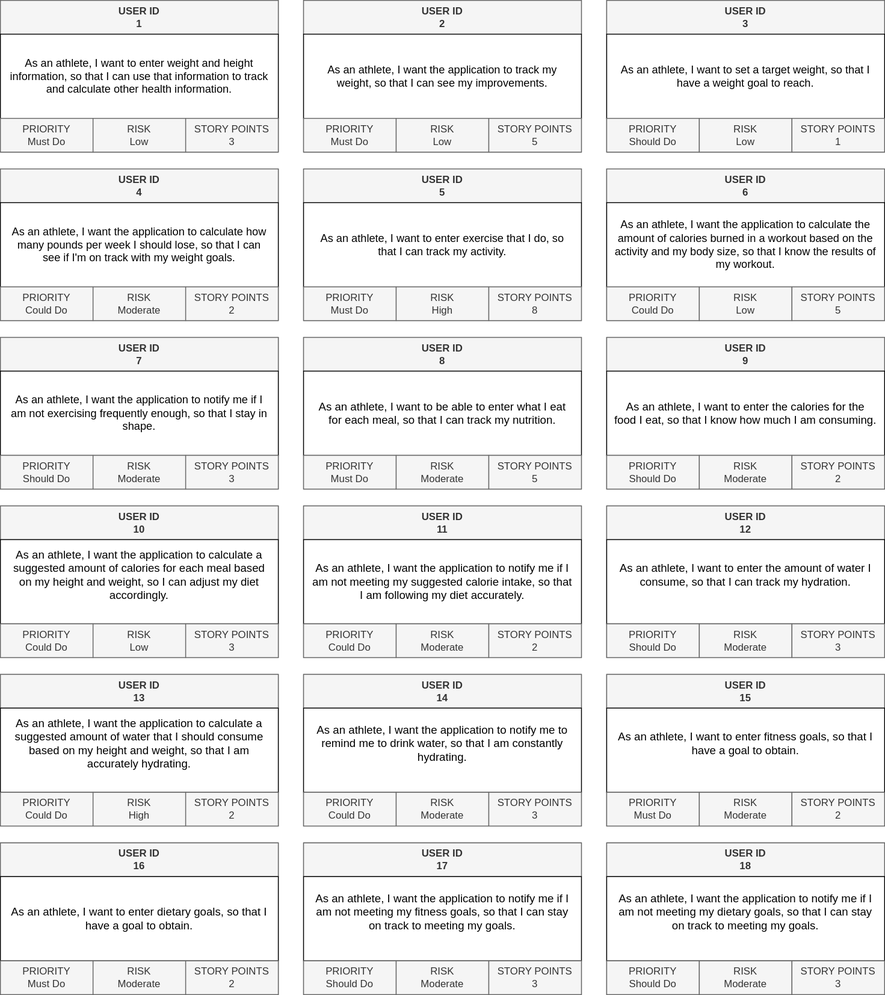
HenrikSamuelsson/course-introduction-to-software-product-management keeps this draw.io diagram as assignment-release-plan.svg. Above is the earlier version. Source tidied: cells renumbered, new cells last; positions are measured from the earlier drawing's top-left corner, leaving out a move shared by most shapes.
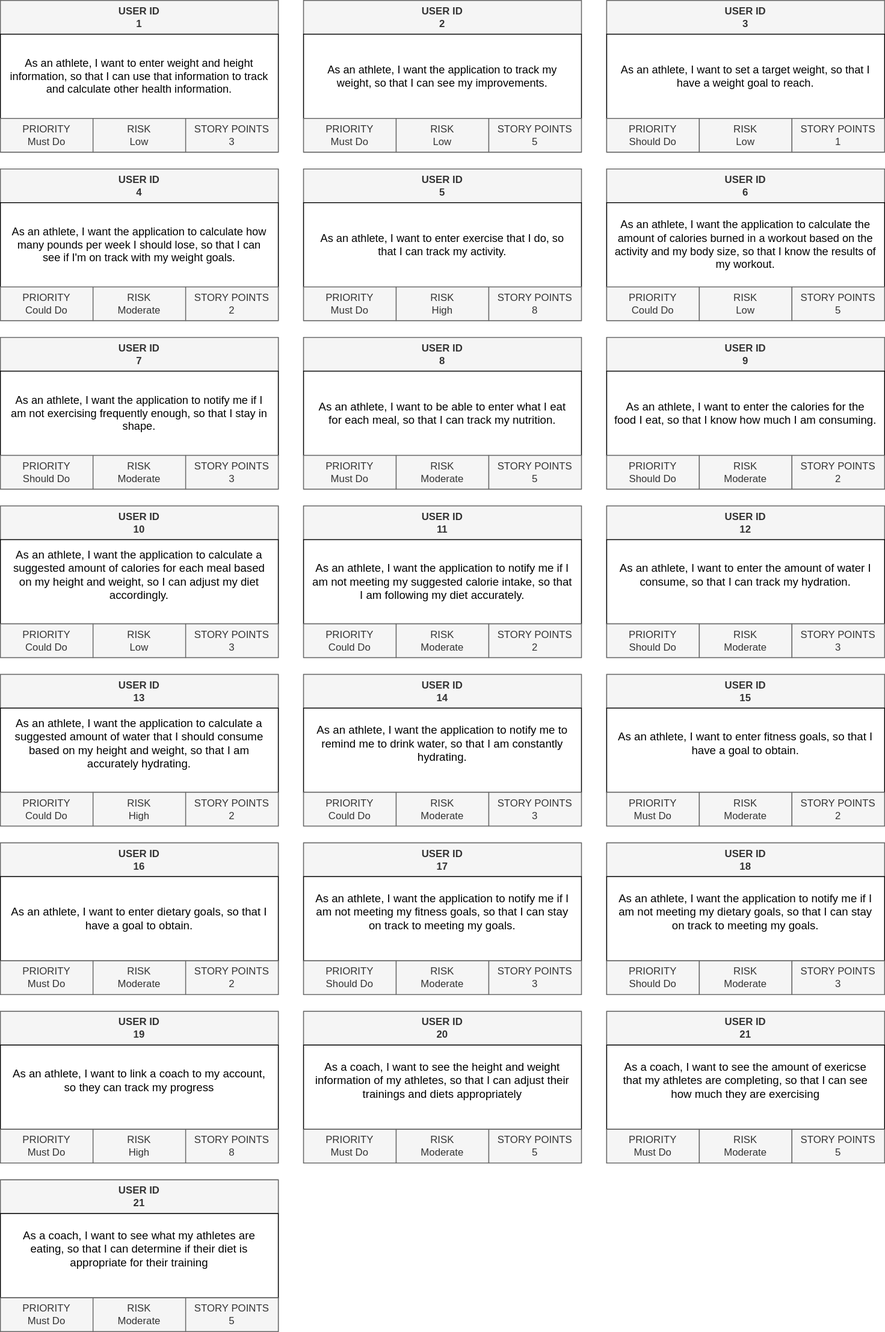
The same file after the commit.

Commit message:
Add some more user stories.

Diff of the diagram source:
```diff
@@ -326,5 +326,77 @@
     <mxCell id="109" value="STORY POINTS&lt;br&gt;3" style="rounded=0;whiteSpace=wrap;html=1;fillColor=#f5f5f5;fontColor=#333333;strokeColor=#666666;spacingLeft=8;spacingRight=8;" parent="104" vertex="1">
       <mxGeometry x="220" y="140" width="110" height="40" as="geometry" />
     </mxCell>
+    <mxCell id="110" style="group;fillColor=#f5f5f5;fontColor=#333333;strokeColor=#666666;spacingLeft=8;spacingRight=8;" parent="1" vertex="1">
+      <mxGeometry y="1200" width="330" height="180" as="geometry" />
+    </mxCell>
+    <mxCell id="111" value="&lt;b&gt;USER ID &lt;br&gt;19&lt;br&gt;&lt;/b&gt;" style="rounded=0;whiteSpace=wrap;html=1;fillColor=#f5f5f5;fontColor=#333333;strokeColor=#666666;align=center;spacingLeft=8;spacingRight=8;" parent="110" vertex="1">
+      <mxGeometry width="330" height="40" as="geometry" />
+    </mxCell>
+    <mxCell id="112" value="&#10;&lt;span data-sheets-userformat=&quot;{&amp;quot;2&amp;quot;:12605,&amp;quot;3&amp;quot;:{&amp;quot;1&amp;quot;:0,&amp;quot;3&amp;quot;:1},&amp;quot;5&amp;quot;:{&amp;quot;1&amp;quot;:[{&amp;quot;1&amp;quot;:2,&amp;quot;2&amp;quot;:0,&amp;quot;5&amp;quot;:{&amp;quot;1&amp;quot;:2,&amp;quot;2&amp;quot;:15921906}},{&amp;quot;1&amp;quot;:0,&amp;quot;2&amp;quot;:0,&amp;quot;3&amp;quot;:3},{&amp;quot;1&amp;quot;:1,&amp;quot;2&amp;quot;:0,&amp;quot;4&amp;quot;:1}]},&amp;quot;6&amp;quot;:{&amp;quot;1&amp;quot;:[{&amp;quot;1&amp;quot;:2,&amp;quot;2&amp;quot;:0,&amp;quot;5&amp;quot;:{&amp;quot;1&amp;quot;:2,&amp;quot;2&amp;quot;:15921906}},{&amp;quot;1&amp;quot;:0,&amp;quot;2&amp;quot;:0,&amp;quot;3&amp;quot;:3},{&amp;quot;1&amp;quot;:1,&amp;quot;2&amp;quot;:0,&amp;quot;4&amp;quot;:1}]},&amp;quot;7&amp;quot;:{&amp;quot;1&amp;quot;:[{&amp;quot;1&amp;quot;:2,&amp;quot;2&amp;quot;:0,&amp;quot;5&amp;quot;:{&amp;quot;1&amp;quot;:2,&amp;quot;2&amp;quot;:0}},{&amp;quot;1&amp;quot;:0,&amp;quot;2&amp;quot;:0,&amp;quot;3&amp;quot;:3},{&amp;quot;1&amp;quot;:1,&amp;quot;2&amp;quot;:0,&amp;quot;4&amp;quot;:1}]},&amp;quot;8&amp;quot;:{&amp;quot;1&amp;quot;:[{&amp;quot;1&amp;quot;:2,&amp;quot;2&amp;quot;:0,&amp;quot;5&amp;quot;:{&amp;quot;1&amp;quot;:2,&amp;quot;2&amp;quot;:0}},{&amp;quot;1&amp;quot;:0,&amp;quot;2&amp;quot;:0,&amp;quot;3&amp;quot;:3},{&amp;quot;1&amp;quot;:1,&amp;quot;2&amp;quot;:0,&amp;quot;4&amp;quot;:1}]},&amp;quot;11&amp;quot;:4,&amp;quot;15&amp;quot;:&amp;quot;Arial&amp;quot;,&amp;quot;16&amp;quot;:10}&quot; style=&quot;font-size:10pt;font-family:Arial;font-weight:normal;font-style:normal;&quot;&gt;As an athlete, I want to link a coach to my account, so they can track my progress&lt;/span&gt;&#10;&#10;" style="rounded=0;whiteSpace=wrap;html=1;spacingLeft=8;spacingRight=8;" parent="110" vertex="1">
+      <mxGeometry y="40" width="330" height="100" as="geometry" />
+    </mxCell>
+    <mxCell id="113" value="PRIORITY&lt;br&gt;Must Do" style="rounded=0;whiteSpace=wrap;html=1;fillColor=#f5f5f5;fontColor=#333333;strokeColor=#666666;spacingLeft=8;spacingRight=8;" parent="110" vertex="1">
+      <mxGeometry y="140" width="110" height="40" as="geometry" />
+    </mxCell>
+    <mxCell id="114" value="RISK&lt;br&gt;High" style="rounded=0;whiteSpace=wrap;html=1;fillColor=#f5f5f5;fontColor=#333333;strokeColor=#666666;spacingLeft=8;spacingRight=8;" parent="110" vertex="1">
+      <mxGeometry x="110" y="140" width="110" height="40" as="geometry" />
+    </mxCell>
+    <mxCell id="115" value="STORY POINTS&lt;br&gt;8" style="rounded=0;whiteSpace=wrap;html=1;fillColor=#f5f5f5;fontColor=#333333;strokeColor=#666666;spacingLeft=8;spacingRight=8;" parent="110" vertex="1">
+      <mxGeometry x="220" y="140" width="110" height="40" as="geometry" />
+    </mxCell>
+    <mxCell id="116" style="group;fillColor=#f5f5f5;fontColor=#333333;strokeColor=#666666;spacingLeft=8;spacingRight=8;" parent="1" vertex="1">
+      <mxGeometry x="360" y="1200" width="330" height="180" as="geometry" />
+    </mxCell>
+    <mxCell id="117" value="&lt;b&gt;USER ID &lt;br&gt;20&lt;br&gt;&lt;/b&gt;" style="rounded=0;whiteSpace=wrap;html=1;fillColor=#f5f5f5;fontColor=#333333;strokeColor=#666666;align=center;spacingLeft=8;spacingRight=8;" parent="116" vertex="1">
+      <mxGeometry width="330" height="40" as="geometry" />
+    </mxCell>
+    <mxCell id="118" value="&#10;&lt;span data-sheets-userformat=&quot;{&amp;quot;2&amp;quot;:12605,&amp;quot;3&amp;quot;:{&amp;quot;1&amp;quot;:0,&amp;quot;3&amp;quot;:1},&amp;quot;5&amp;quot;:{&amp;quot;1&amp;quot;:[{&amp;quot;1&amp;quot;:2,&amp;quot;2&amp;quot;:0,&amp;quot;5&amp;quot;:{&amp;quot;1&amp;quot;:2,&amp;quot;2&amp;quot;:15921906}},{&amp;quot;1&amp;quot;:0,&amp;quot;2&amp;quot;:0,&amp;quot;3&amp;quot;:3},{&amp;quot;1&amp;quot;:1,&amp;quot;2&amp;quot;:0,&amp;quot;4&amp;quot;:1}]},&amp;quot;6&amp;quot;:{&amp;quot;1&amp;quot;:[{&amp;quot;1&amp;quot;:2,&amp;quot;2&amp;quot;:0,&amp;quot;5&amp;quot;:{&amp;quot;1&amp;quot;:2,&amp;quot;2&amp;quot;:15921906}},{&amp;quot;1&amp;quot;:0,&amp;quot;2&amp;quot;:0,&amp;quot;3&amp;quot;:3},{&amp;quot;1&amp;quot;:1,&amp;quot;2&amp;quot;:0,&amp;quot;4&amp;quot;:1}]},&amp;quot;7&amp;quot;:{&amp;quot;1&amp;quot;:[{&amp;quot;1&amp;quot;:2,&amp;quot;2&amp;quot;:0,&amp;quot;5&amp;quot;:{&amp;quot;1&amp;quot;:2,&amp;quot;2&amp;quot;:0}},{&amp;quot;1&amp;quot;:0,&amp;quot;2&amp;quot;:0,&amp;quot;3&amp;quot;:3},{&amp;quot;1&amp;quot;:1,&amp;quot;2&amp;quot;:0,&amp;quot;4&amp;quot;:1}]},&amp;quot;8&amp;quot;:{&amp;quot;1&amp;quot;:[{&amp;quot;1&amp;quot;:2,&amp;quot;2&amp;quot;:0,&amp;quot;5&amp;quot;:{&amp;quot;1&amp;quot;:2,&amp;quot;2&amp;quot;:0}},{&amp;quot;1&amp;quot;:0,&amp;quot;2&amp;quot;:0,&amp;quot;3&amp;quot;:3},{&amp;quot;1&amp;quot;:1,&amp;quot;2&amp;quot;:0,&amp;quot;4&amp;quot;:1}]},&amp;quot;11&amp;quot;:4,&amp;quot;15&amp;quot;:&amp;quot;Arial&amp;quot;,&amp;quot;16&amp;quot;:10}&quot; style=&quot;font-size:10pt;font-family:Arial;font-weight:normal;font-style:normal;&quot;&gt;As a coach, I want to see the height and weight information of my athletes, so that I can adjust their trainings and diets appropriately&lt;/span&gt;&#10;&#10;" style="rounded=0;whiteSpace=wrap;html=1;spacingLeft=8;spacingRight=8;" parent="116" vertex="1">
+      <mxGeometry y="40" width="330" height="100" as="geometry" />
+    </mxCell>
+    <mxCell id="119" value="PRIORITY&lt;br&gt;Must Do" style="rounded=0;whiteSpace=wrap;html=1;fillColor=#f5f5f5;fontColor=#333333;strokeColor=#666666;spacingLeft=8;spacingRight=8;" parent="116" vertex="1">
+      <mxGeometry y="140" width="110" height="40" as="geometry" />
+    </mxCell>
+    <mxCell id="120" value="RISK&lt;br&gt;Moderate" style="rounded=0;whiteSpace=wrap;html=1;fillColor=#f5f5f5;fontColor=#333333;strokeColor=#666666;spacingLeft=8;spacingRight=8;" parent="116" vertex="1">
+      <mxGeometry x="110" y="140" width="110" height="40" as="geometry" />
+    </mxCell>
+    <mxCell id="121" value="STORY POINTS&lt;br&gt;5" style="rounded=0;whiteSpace=wrap;html=1;fillColor=#f5f5f5;fontColor=#333333;strokeColor=#666666;spacingLeft=8;spacingRight=8;" parent="116" vertex="1">
+      <mxGeometry x="220" y="140" width="110" height="40" as="geometry" />
+    </mxCell>
+    <mxCell id="122" style="group;fillColor=#f5f5f5;fontColor=#333333;strokeColor=#666666;spacingLeft=8;spacingRight=8;" parent="1" vertex="1">
+      <mxGeometry x="720" y="1200" width="330" height="180" as="geometry" />
+    </mxCell>
+    <mxCell id="123" value="&lt;b&gt;USER ID &lt;br&gt;21&lt;br&gt;&lt;/b&gt;" style="rounded=0;whiteSpace=wrap;html=1;fillColor=#f5f5f5;fontColor=#333333;strokeColor=#666666;align=center;spacingLeft=8;spacingRight=8;" parent="122" vertex="1">
+      <mxGeometry width="330" height="40" as="geometry" />
+    </mxCell>
+    <mxCell id="124" value="&#10;&lt;span data-sheets-userformat=&quot;{&amp;quot;2&amp;quot;:12605,&amp;quot;3&amp;quot;:{&amp;quot;1&amp;quot;:0,&amp;quot;3&amp;quot;:1},&amp;quot;5&amp;quot;:{&amp;quot;1&amp;quot;:[{&amp;quot;1&amp;quot;:2,&amp;quot;2&amp;quot;:0,&amp;quot;5&amp;quot;:{&amp;quot;1&amp;quot;:2,&amp;quot;2&amp;quot;:15921906}},{&amp;quot;1&amp;quot;:0,&amp;quot;2&amp;quot;:0,&amp;quot;3&amp;quot;:3},{&amp;quot;1&amp;quot;:1,&amp;quot;2&amp;quot;:0,&amp;quot;4&amp;quot;:1}]},&amp;quot;6&amp;quot;:{&amp;quot;1&amp;quot;:[{&amp;quot;1&amp;quot;:2,&amp;quot;2&amp;quot;:0,&amp;quot;5&amp;quot;:{&amp;quot;1&amp;quot;:2,&amp;quot;2&amp;quot;:15921906}},{&amp;quot;1&amp;quot;:0,&amp;quot;2&amp;quot;:0,&amp;quot;3&amp;quot;:3},{&amp;quot;1&amp;quot;:1,&amp;quot;2&amp;quot;:0,&amp;quot;4&amp;quot;:1}]},&amp;quot;7&amp;quot;:{&amp;quot;1&amp;quot;:[{&amp;quot;1&amp;quot;:2,&amp;quot;2&amp;quot;:0,&amp;quot;5&amp;quot;:{&amp;quot;1&amp;quot;:2,&amp;quot;2&amp;quot;:0}},{&amp;quot;1&amp;quot;:0,&amp;quot;2&amp;quot;:0,&amp;quot;3&amp;quot;:3},{&amp;quot;1&amp;quot;:1,&amp;quot;2&amp;quot;:0,&amp;quot;4&amp;quot;:1}]},&amp;quot;8&amp;quot;:{&amp;quot;1&amp;quot;:[{&amp;quot;1&amp;quot;:2,&amp;quot;2&amp;quot;:0,&amp;quot;5&amp;quot;:{&amp;quot;1&amp;quot;:2,&amp;quot;2&amp;quot;:0}},{&amp;quot;1&amp;quot;:0,&amp;quot;2&amp;quot;:0,&amp;quot;3&amp;quot;:3},{&amp;quot;1&amp;quot;:1,&amp;quot;2&amp;quot;:0,&amp;quot;4&amp;quot;:1}]},&amp;quot;11&amp;quot;:4,&amp;quot;15&amp;quot;:&amp;quot;Arial&amp;quot;,&amp;quot;16&amp;quot;:10}&quot; style=&quot;font-size:10pt;font-family:Arial;font-weight:normal;font-style:normal;&quot;&gt;As a coach, I want to see the amount of exericse that my athletes are completing, so that I can see how much they are exercising&lt;/span&gt;&#10;&#10;" style="rounded=0;whiteSpace=wrap;html=1;spacingLeft=8;spacingRight=8;" parent="122" vertex="1">
+      <mxGeometry y="40" width="330" height="100" as="geometry" />
+    </mxCell>
+    <mxCell id="125" value="PRIORITY&lt;br&gt;Must Do" style="rounded=0;whiteSpace=wrap;html=1;fillColor=#f5f5f5;fontColor=#333333;strokeColor=#666666;spacingLeft=8;spacingRight=8;" parent="122" vertex="1">
+      <mxGeometry y="140" width="110" height="40" as="geometry" />
+    </mxCell>
+    <mxCell id="126" value="RISK&lt;br&gt;Moderate" style="rounded=0;whiteSpace=wrap;html=1;fillColor=#f5f5f5;fontColor=#333333;strokeColor=#666666;spacingLeft=8;spacingRight=8;" parent="122" vertex="1">
+      <mxGeometry x="110" y="140" width="110" height="40" as="geometry" />
+    </mxCell>
+    <mxCell id="127" value="STORY POINTS&lt;br&gt;5" style="rounded=0;whiteSpace=wrap;html=1;fillColor=#f5f5f5;fontColor=#333333;strokeColor=#666666;spacingLeft=8;spacingRight=8;" parent="122" vertex="1">
+      <mxGeometry x="220" y="140" width="110" height="40" as="geometry" />
+    </mxCell>
+    <mxCell id="128" style="group;fillColor=#f5f5f5;fontColor=#333333;strokeColor=#666666;spacingLeft=8;spacingRight=8;" parent="1" vertex="1">
+      <mxGeometry y="1400" width="330" height="180" as="geometry" />
+    </mxCell>
+    <mxCell id="129" value="&lt;b&gt;USER ID &lt;br&gt;21&lt;br&gt;&lt;/b&gt;" style="rounded=0;whiteSpace=wrap;html=1;fillColor=#f5f5f5;fontColor=#333333;strokeColor=#666666;align=center;spacingLeft=8;spacingRight=8;" parent="128" vertex="1">
+      <mxGeometry width="330" height="40" as="geometry" />
+    </mxCell>
+    <mxCell id="130" value="&#10;&lt;span data-sheets-userformat=&quot;{&amp;quot;2&amp;quot;:12605,&amp;quot;3&amp;quot;:{&amp;quot;1&amp;quot;:0,&amp;quot;3&amp;quot;:1},&amp;quot;5&amp;quot;:{&amp;quot;1&amp;quot;:[{&amp;quot;1&amp;quot;:2,&amp;quot;2&amp;quot;:0,&amp;quot;5&amp;quot;:{&amp;quot;1&amp;quot;:2,&amp;quot;2&amp;quot;:15921906}},{&amp;quot;1&amp;quot;:0,&amp;quot;2&amp;quot;:0,&amp;quot;3&amp;quot;:3},{&amp;quot;1&amp;quot;:1,&amp;quot;2&amp;quot;:0,&amp;quot;4&amp;quot;:1}]},&amp;quot;6&amp;quot;:{&amp;quot;1&amp;quot;:[{&amp;quot;1&amp;quot;:2,&amp;quot;2&amp;quot;:0,&amp;quot;5&amp;quot;:{&amp;quot;1&amp;quot;:2,&amp;quot;2&amp;quot;:15921906}},{&amp;quot;1&amp;quot;:0,&amp;quot;2&amp;quot;:0,&amp;quot;3&amp;quot;:3},{&amp;quot;1&amp;quot;:1,&amp;quot;2&amp;quot;:0,&amp;quot;4&amp;quot;:1}]},&amp;quot;7&amp;quot;:{&amp;quot;1&amp;quot;:[{&amp;quot;1&amp;quot;:2,&amp;quot;2&amp;quot;:0,&amp;quot;5&amp;quot;:{&amp;quot;1&amp;quot;:2,&amp;quot;2&amp;quot;:0}},{&amp;quot;1&amp;quot;:0,&amp;quot;2&amp;quot;:0,&amp;quot;3&amp;quot;:3},{&amp;quot;1&amp;quot;:1,&amp;quot;2&amp;quot;:0,&amp;quot;4&amp;quot;:1}]},&amp;quot;8&amp;quot;:{&amp;quot;1&amp;quot;:[{&amp;quot;1&amp;quot;:2,&amp;quot;2&amp;quot;:0,&amp;quot;5&amp;quot;:{&amp;quot;1&amp;quot;:2,&amp;quot;2&amp;quot;:0}},{&amp;quot;1&amp;quot;:0,&amp;quot;2&amp;quot;:0,&amp;quot;3&amp;quot;:3},{&amp;quot;1&amp;quot;:1,&amp;quot;2&amp;quot;:0,&amp;quot;4&amp;quot;:1}]},&amp;quot;11&amp;quot;:4,&amp;quot;15&amp;quot;:&amp;quot;Arial&amp;quot;,&amp;quot;16&amp;quot;:10}&quot; style=&quot;font-size:10pt;font-family:Arial;font-weight:normal;font-style:normal;&quot;&gt;As a coach, I want to see what my athletes are eating, so that I can determine if their diet is appropriate for their training&lt;/span&gt;&#10;&#10;" style="rounded=0;whiteSpace=wrap;html=1;spacingLeft=8;spacingRight=8;" parent="128" vertex="1">
+      <mxGeometry y="40" width="330" height="100" as="geometry" />
+    </mxCell>
+    <mxCell id="131" value="PRIORITY&lt;br&gt;Must Do" style="rounded=0;whiteSpace=wrap;html=1;fillColor=#f5f5f5;fontColor=#333333;strokeColor=#666666;spacingLeft=8;spacingRight=8;" parent="128" vertex="1">
+      <mxGeometry y="140" width="110" height="40" as="geometry" />
+    </mxCell>
+    <mxCell id="132" value="RISK&lt;br&gt;Moderate" style="rounded=0;whiteSpace=wrap;html=1;fillColor=#f5f5f5;fontColor=#333333;strokeColor=#666666;spacingLeft=8;spacingRight=8;" parent="128" vertex="1">
+      <mxGeometry x="110" y="140" width="110" height="40" as="geometry" />
+    </mxCell>
+    <mxCell id="133" value="STORY POINTS&lt;br&gt;5" style="rounded=0;whiteSpace=wrap;html=1;fillColor=#f5f5f5;fontColor=#333333;strokeColor=#666666;spacingLeft=8;spacingRight=8;" parent="128" vertex="1">
+      <mxGeometry x="220" y="140" width="110" height="40" as="geometry" />
+    </mxCell>
   </root>
 </mxGraphModel>
```
